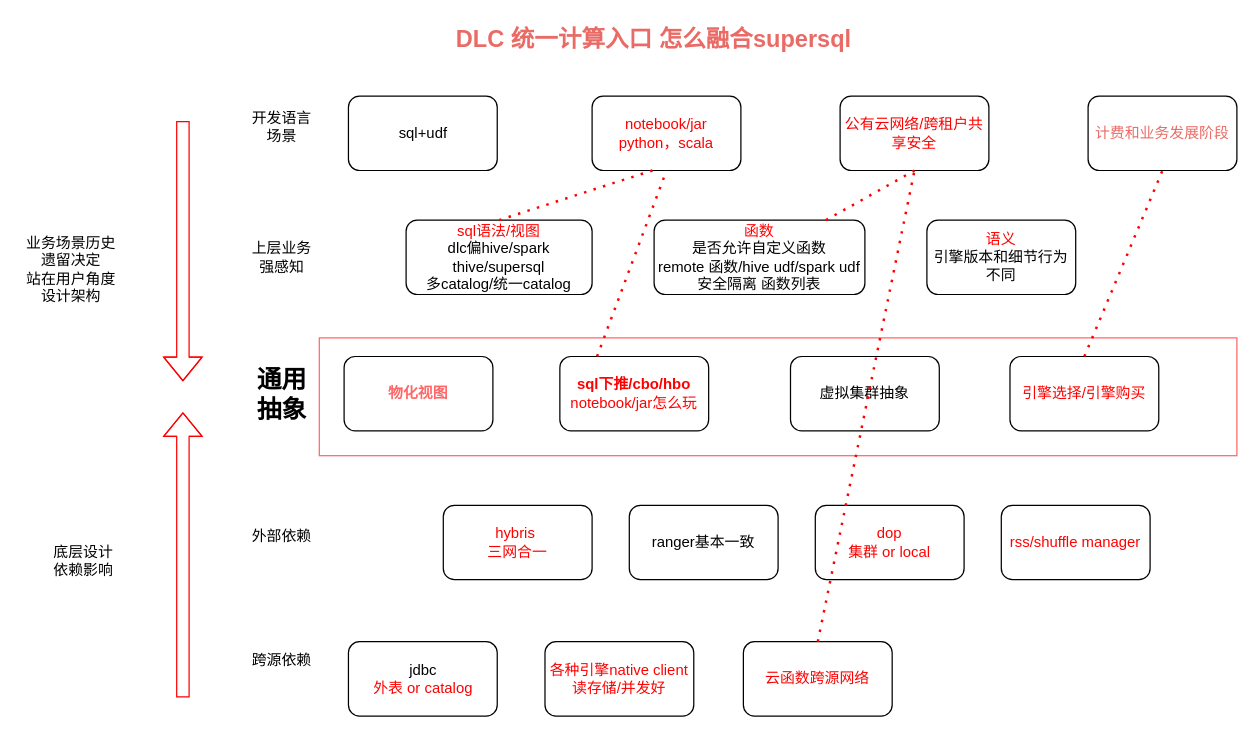
Above: 统一计算.drawio in yuhuali1989/ui (draw.io), before the change. Source tidied: cells renumbered, new cells numbered last; positions are measured from the earlier drawing's top-left corner, leaving out a move shared by most shapes. Both pictures are drawn from the tidied source at 124%, with x=0, y=0 at pixel (21, 21).
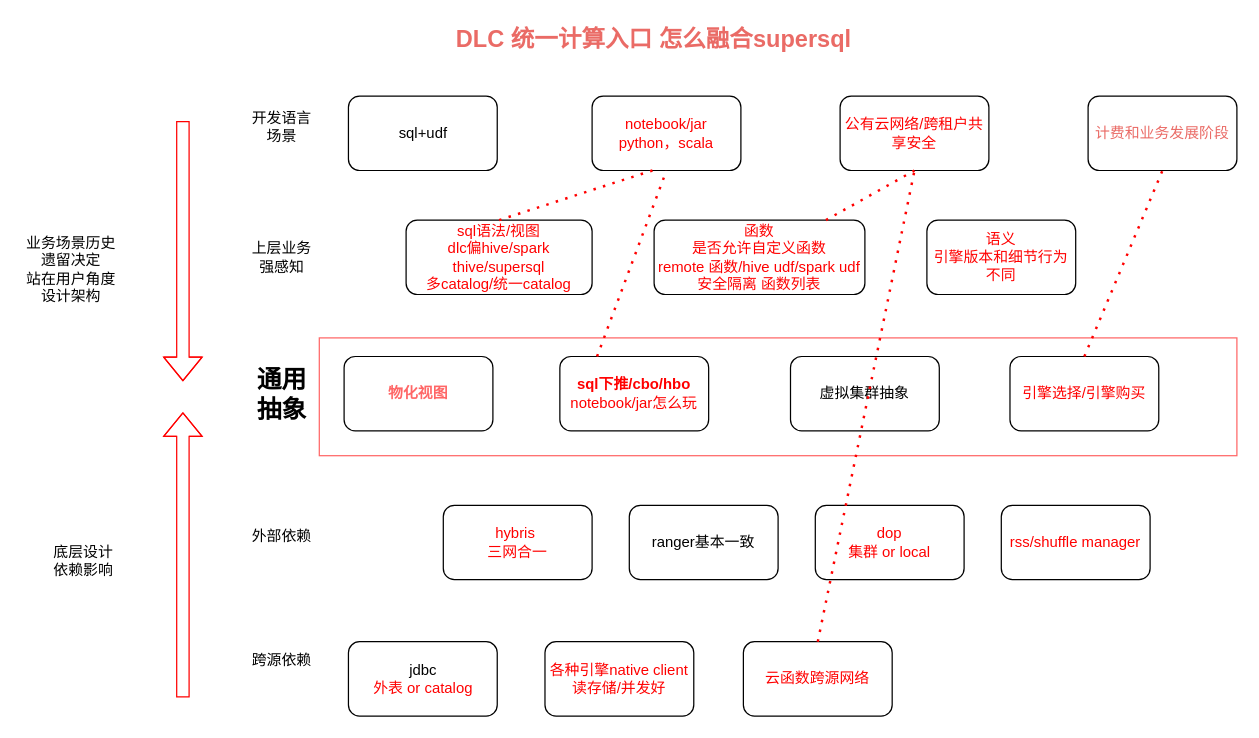
The same page after the edit.

Change to the diagram source:
```diff
@@
-    <mxCell id="3" value="&lt;font color=&quot;#ff0000&quot;&gt;sql语法/视图&lt;br&gt;&lt;/font&gt;dlc偏hive/spark&lt;br&gt;thive/supersql&lt;br&gt;多catalog/统一catalog" style="rounded=1;whiteSpace=wrap;html=1;" parent="1" vertex="1">
+    <mxCell id="3" value="&lt;font&gt;sql语法/视图&lt;br&gt;&lt;/font&gt;dlc偏hive/spark&lt;br&gt;thive/supersql&lt;br&gt;多catalog/统一catalog" style="rounded=1;whiteSpace=wrap;html=1;fontColor=#FF0000;" parent="1" vertex="1">
       <mxGeometry x="310" y="160" width="150" height="60" as="geometry" />
     </mxCell>
@@
-    <mxCell id="5" value="&lt;font color=&quot;#ff0000&quot;&gt;函数&lt;/font&gt;&lt;br&gt;是否允许自定义函数&lt;br&gt;remote 函数/hive udf/spark udf&lt;br&gt;安全隔离 函数列表" style="rounded=1;whiteSpace=wrap;html=1;" parent="1" vertex="1">
+    <mxCell id="5" value="&lt;font&gt;函数&lt;/font&gt;&lt;br&gt;是否允许自定义函数&lt;br&gt;remote 函数/hive udf/spark udf&lt;br&gt;安全隔离 函数列表" style="rounded=1;whiteSpace=wrap;html=1;fontColor=#FF0000;" parent="1" vertex="1">
       <mxGeometry x="510" y="160" width="170" height="60" as="geometry" />
     </mxCell>
-    <mxCell id="6" value="&lt;font color=&quot;#ff0000&quot;&gt;语义&lt;br&gt;&lt;/font&gt;引擎版本和细节行为不同" style="rounded=1;whiteSpace=wrap;html=1;" parent="1" vertex="1">
+    <mxCell id="6" value="&lt;font&gt;语义&lt;br&gt;&lt;/font&gt;引擎版本和细节行为不同" style="rounded=1;whiteSpace=wrap;html=1;fontColor=#FF0000;" parent="1" vertex="1">
       <mxGeometry x="730" y="160" width="120" height="60" as="geometry" />
     </mxCell>
```
